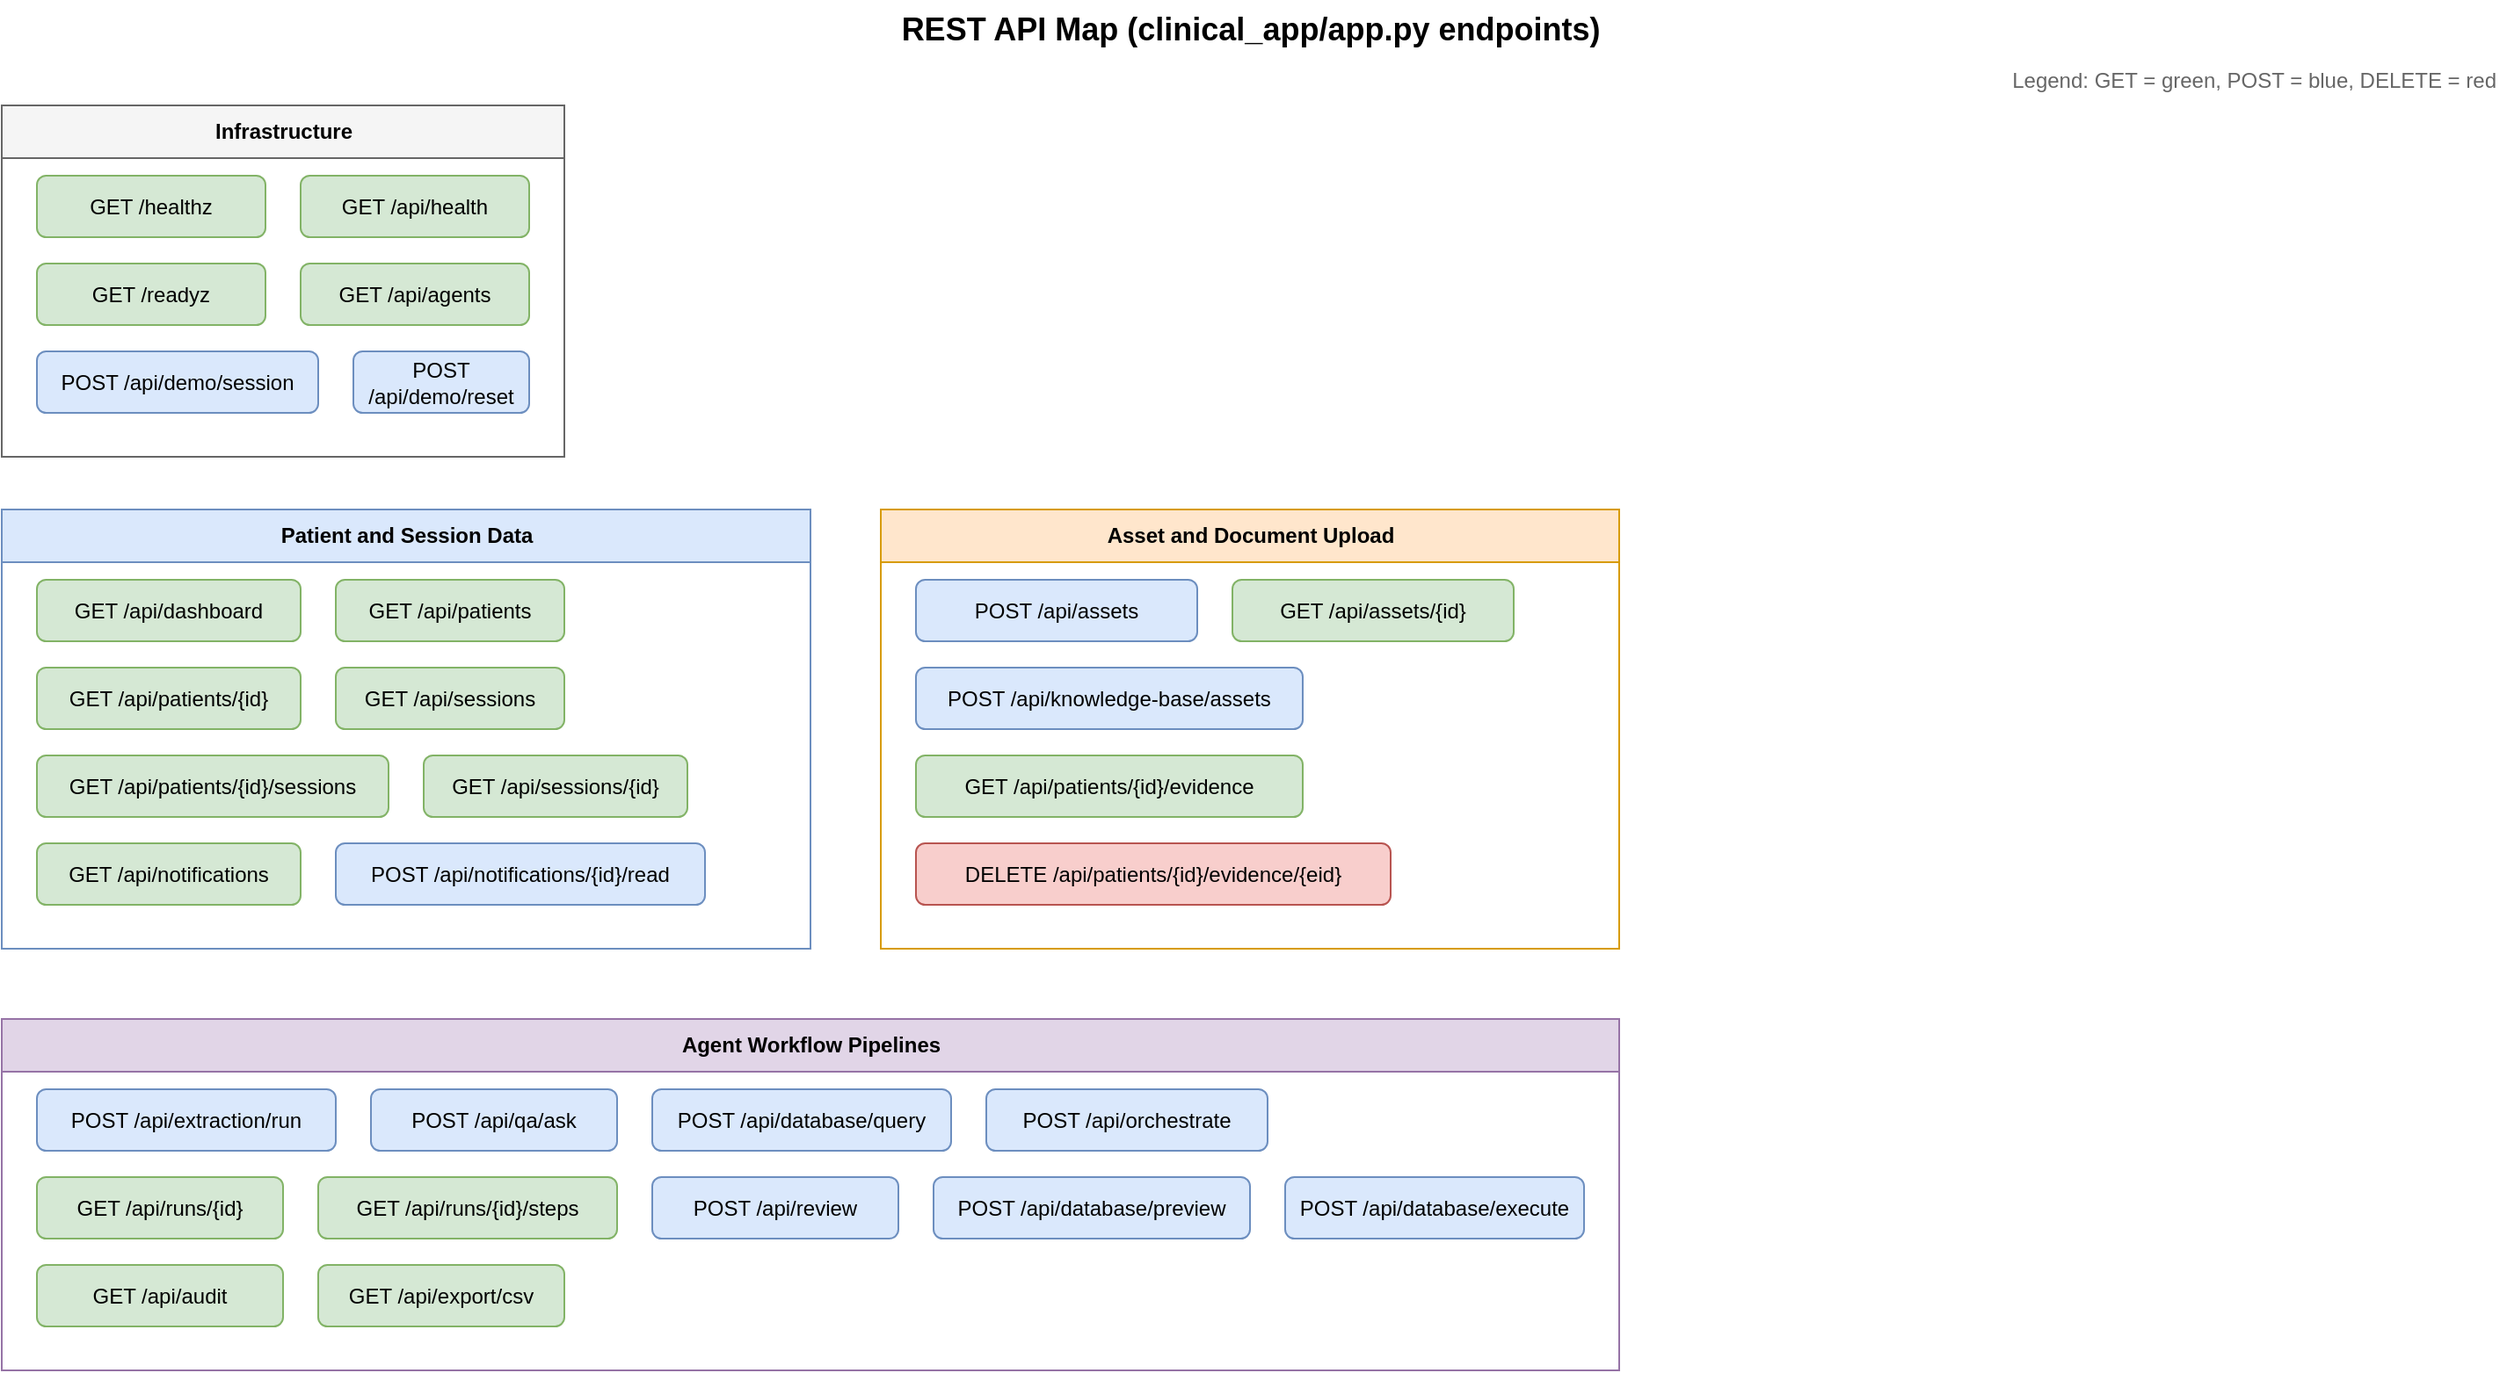
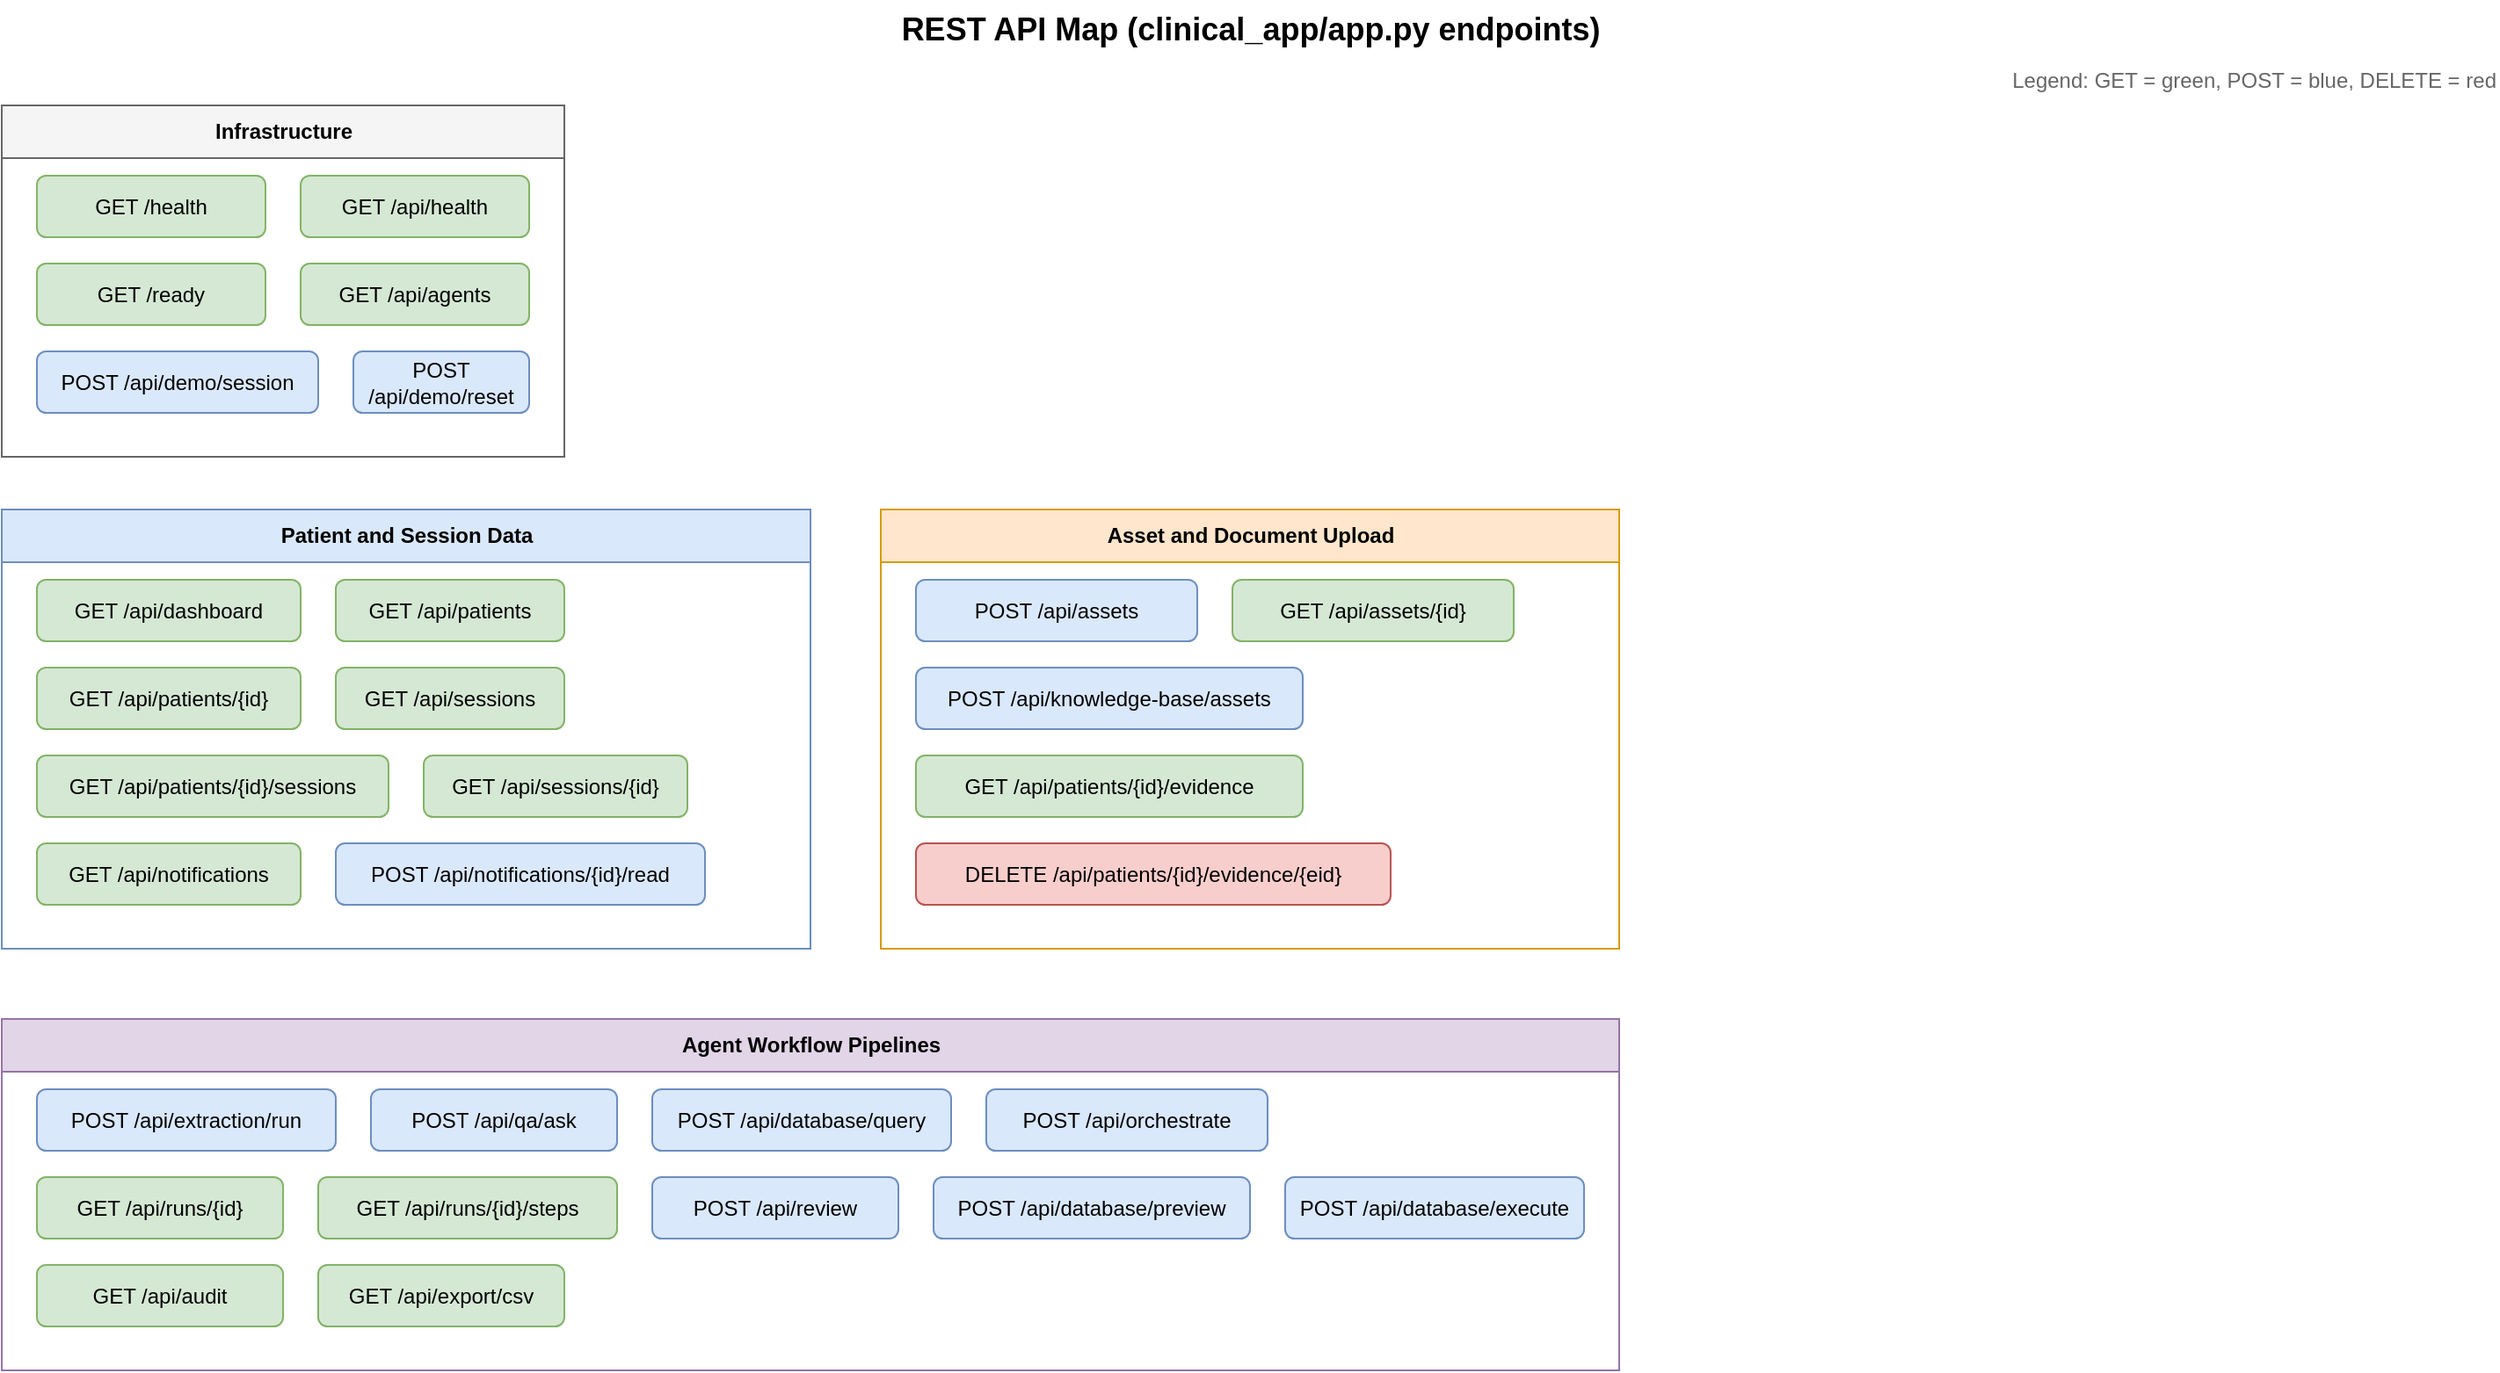
<?xml version="1.0" encoding="UTF-8"?>
<mxfile host="drawio" version="26.0.0">
  <diagram name="REST API Map">
    <mxGraphModel dx="1400" dy="900" grid="1" gridSize="10" page="1" pageWidth="1500" pageHeight="1000">
      <root>
        <mxCell id="0" />
        <mxCell id="1" parent="0" />
        <mxCell id="title" value="REST API Map (clinical_app/app.py endpoints)" style="text;html=1;fontSize=18;fontStyle=1;align=center;" vertex="1" parent="1">
          <mxGeometry x="420" y="10" width="660" height="30" as="geometry" />
        </mxCell>
        <mxCell id="lg" value="Legend: GET = green, POST = blue, DELETE = red" style="text;html=1;fontSize=12;fontColor=#666666;align=right;" vertex="1" parent="1">
          <mxGeometry x="1000" y="42" width="460" height="20" as="geometry" />
        </mxCell>
        <mxCell id="grp1" value="Infrastructure" style="swimlane;startSize=30;fillColor=#f5f5f5;strokeColor=#666666;html=1;fontStyle=1;" vertex="1" parent="1">
          <mxGeometry x="40" y="70" width="320" height="200" as="geometry" />
        </mxCell>
-         <mxCell id="h1" value="GET /healthz" style="rounded=1;whiteSpace=wrap;html=1;fillColor=#d5e8d4;strokeColor=#82b366;" vertex="1" parent="grp1">
+         <mxCell id="h1" value="GET /health" style="rounded=1;whiteSpace=wrap;html=1;fillColor=#d5e8d4;strokeColor=#82b366;" vertex="1" parent="grp1">
          <mxGeometry x="20" y="40" width="130" height="35" as="geometry" />
        </mxCell>
        <mxCell id="h2" value="GET /api/health" style="rounded=1;whiteSpace=wrap;html=1;fillColor=#d5e8d4;strokeColor=#82b366;" vertex="1" parent="grp1">
          <mxGeometry x="170" y="40" width="130" height="35" as="geometry" />
        </mxCell>
-         <mxCell id="h3" value="GET /readyz" style="rounded=1;whiteSpace=wrap;html=1;fillColor=#d5e8d4;strokeColor=#82b366;" vertex="1" parent="grp1">
+         <mxCell id="h3" value="GET /ready" style="rounded=1;whiteSpace=wrap;html=1;fillColor=#d5e8d4;strokeColor=#82b366;" vertex="1" parent="grp1">
          <mxGeometry x="20" y="90" width="130" height="35" as="geometry" />
        </mxCell>
        <mxCell id="h4" value="GET /api/agents" style="rounded=1;whiteSpace=wrap;html=1;fillColor=#d5e8d4;strokeColor=#82b366;" vertex="1" parent="grp1">
          <mxGeometry x="170" y="90" width="130" height="35" as="geometry" />
        </mxCell>
        <mxCell id="h5" value="POST /api/demo/session" style="rounded=1;whiteSpace=wrap;html=1;fillColor=#dae8fc;strokeColor=#6c8ebf;" vertex="1" parent="grp1">
          <mxGeometry x="20" y="140" width="160" height="35" as="geometry" />
        </mxCell>
        <mxCell id="h6" value="POST /api/demo/reset" style="rounded=1;whiteSpace=wrap;html=1;fillColor=#dae8fc;strokeColor=#6c8ebf;" vertex="1" parent="grp1">
          <mxGeometry x="200" y="140" width="100" height="35" as="geometry" />
        </mxCell>
        <mxCell id="grp2" value="Patient and Session Data" style="swimlane;startSize=30;fillColor=#dae8fc;strokeColor=#6c8ebf;html=1;fontStyle=1;" vertex="1" parent="1">
          <mxGeometry x="40" y="300" width="460" height="250" as="geometry" />
        </mxCell>
        <mxCell id="r1" value="GET /api/dashboard" style="rounded=1;whiteSpace=wrap;html=1;fillColor=#d5e8d4;strokeColor=#82b366;" vertex="1" parent="grp2">
          <mxGeometry x="20" y="40" width="150" height="35" as="geometry" />
        </mxCell>
        <mxCell id="r2" value="GET /api/patients" style="rounded=1;whiteSpace=wrap;html=1;fillColor=#d5e8d4;strokeColor=#82b366;" vertex="1" parent="grp2">
          <mxGeometry x="190" y="40" width="130" height="35" as="geometry" />
        </mxCell>
        <mxCell id="r3" value="GET /api/patients/{id}" style="rounded=1;whiteSpace=wrap;html=1;fillColor=#d5e8d4;strokeColor=#82b366;" vertex="1" parent="grp2">
          <mxGeometry x="20" y="90" width="150" height="35" as="geometry" />
        </mxCell>
        <mxCell id="r4" value="GET /api/sessions" style="rounded=1;whiteSpace=wrap;html=1;fillColor=#d5e8d4;strokeColor=#82b366;" vertex="1" parent="grp2">
          <mxGeometry x="190" y="90" width="130" height="35" as="geometry" />
        </mxCell>
        <mxCell id="r5" value="GET /api/patients/{id}/sessions" style="rounded=1;whiteSpace=wrap;html=1;fillColor=#d5e8d4;strokeColor=#82b366;" vertex="1" parent="grp2">
          <mxGeometry x="20" y="140" width="200" height="35" as="geometry" />
        </mxCell>
        <mxCell id="r6" value="GET /api/sessions/{id}" style="rounded=1;whiteSpace=wrap;html=1;fillColor=#d5e8d4;strokeColor=#82b366;" vertex="1" parent="grp2">
          <mxGeometry x="240" y="140" width="150" height="35" as="geometry" />
        </mxCell>
        <mxCell id="r7" value="GET /api/notifications" style="rounded=1;whiteSpace=wrap;html=1;fillColor=#d5e8d4;strokeColor=#82b366;" vertex="1" parent="grp2">
          <mxGeometry x="20" y="190" width="150" height="35" as="geometry" />
        </mxCell>
        <mxCell id="r8" value="POST /api/notifications/{id}/read" style="rounded=1;whiteSpace=wrap;html=1;fillColor=#dae8fc;strokeColor=#6c8ebf;" vertex="1" parent="grp2">
          <mxGeometry x="190" y="190" width="210" height="35" as="geometry" />
        </mxCell>
        <mxCell id="grp3" value="Asset and Document Upload" style="swimlane;startSize=30;fillColor=#ffe6cc;strokeColor=#d79b00;html=1;fontStyle=1;" vertex="1" parent="1">
          <mxGeometry x="540" y="300" width="420" height="250" as="geometry" />
        </mxCell>
        <mxCell id="a_1" value="POST /api/assets" style="rounded=1;whiteSpace=wrap;html=1;fillColor=#dae8fc;strokeColor=#6c8ebf;" vertex="1" parent="grp3">
          <mxGeometry x="20" y="40" width="160" height="35" as="geometry" />
        </mxCell>
        <mxCell id="a_2" value="GET /api/assets/{id}" style="rounded=1;whiteSpace=wrap;html=1;fillColor=#d5e8d4;strokeColor=#82b366;" vertex="1" parent="grp3">
          <mxGeometry x="200" y="40" width="160" height="35" as="geometry" />
        </mxCell>
        <mxCell id="a_3" value="POST /api/knowledge-base/assets" style="rounded=1;whiteSpace=wrap;html=1;fillColor=#dae8fc;strokeColor=#6c8ebf;" vertex="1" parent="grp3">
          <mxGeometry x="20" y="90" width="220" height="35" as="geometry" />
        </mxCell>
        <mxCell id="a_4" value="GET /api/patients/{id}/evidence" style="rounded=1;whiteSpace=wrap;html=1;fillColor=#d5e8d4;strokeColor=#82b366;" vertex="1" parent="grp3">
          <mxGeometry x="20" y="140" width="220" height="35" as="geometry" />
        </mxCell>
        <mxCell id="a_5" value="DELETE /api/patients/{id}/evidence/{eid}" style="rounded=1;whiteSpace=wrap;html=1;fillColor=#f8cecc;strokeColor=#b85450;" vertex="1" parent="grp3">
          <mxGeometry x="20" y="190" width="270" height="35" as="geometry" />
        </mxCell>
        <mxCell id="grp4" value="Agent Workflow Pipelines" style="swimlane;startSize=30;fillColor=#e1d5e7;strokeColor=#9673a6;html=1;fontStyle=1;" vertex="1" parent="1">
          <mxGeometry x="40" y="590" width="920" height="200" as="geometry" />
        </mxCell>
        <mxCell id="w1" value="POST /api/extraction/run" style="rounded=1;whiteSpace=wrap;html=1;fillColor=#dae8fc;strokeColor=#6c8ebf;" vertex="1" parent="grp4">
          <mxGeometry x="20" y="40" width="170" height="35" as="geometry" />
        </mxCell>
        <mxCell id="w2" value="POST /api/qa/ask" style="rounded=1;whiteSpace=wrap;html=1;fillColor=#dae8fc;strokeColor=#6c8ebf;" vertex="1" parent="grp4">
          <mxGeometry x="210" y="40" width="140" height="35" as="geometry" />
        </mxCell>
        <mxCell id="w3" value="POST /api/database/query" style="rounded=1;whiteSpace=wrap;html=1;fillColor=#dae8fc;strokeColor=#6c8ebf;" vertex="1" parent="grp4">
          <mxGeometry x="370" y="40" width="170" height="35" as="geometry" />
        </mxCell>
        <mxCell id="w4" value="POST /api/orchestrate" style="rounded=1;whiteSpace=wrap;html=1;fillColor=#dae8fc;strokeColor=#6c8ebf;" vertex="1" parent="grp4">
          <mxGeometry x="560" y="40" width="160" height="35" as="geometry" />
        </mxCell>
        <mxCell id="w5" value="GET /api/runs/{id}" style="rounded=1;whiteSpace=wrap;html=1;fillColor=#d5e8d4;strokeColor=#82b366;" vertex="1" parent="grp4">
          <mxGeometry x="20" y="90" width="140" height="35" as="geometry" />
        </mxCell>
        <mxCell id="w6" value="GET /api/runs/{id}/steps" style="rounded=1;whiteSpace=wrap;html=1;fillColor=#d5e8d4;strokeColor=#82b366;" vertex="1" parent="grp4">
          <mxGeometry x="180" y="90" width="170" height="35" as="geometry" />
        </mxCell>
        <mxCell id="w7" value="POST /api/review" style="rounded=1;whiteSpace=wrap;html=1;fillColor=#dae8fc;strokeColor=#6c8ebf;" vertex="1" parent="grp4">
          <mxGeometry x="370" y="90" width="140" height="35" as="geometry" />
        </mxCell>
        <mxCell id="w8" value="POST /api/database/preview" style="rounded=1;whiteSpace=wrap;html=1;fillColor=#dae8fc;strokeColor=#6c8ebf;" vertex="1" parent="grp4">
          <mxGeometry x="530" y="90" width="180" height="35" as="geometry" />
        </mxCell>
        <mxCell id="w9" value="POST /api/database/execute" style="rounded=1;whiteSpace=wrap;html=1;fillColor=#dae8fc;strokeColor=#6c8ebf;" vertex="1" parent="grp4">
          <mxGeometry x="730" y="90" width="170" height="35" as="geometry" />
        </mxCell>
        <mxCell id="w10" value="GET /api/audit" style="rounded=1;whiteSpace=wrap;html=1;fillColor=#d5e8d4;strokeColor=#82b366;" vertex="1" parent="grp4">
          <mxGeometry x="20" y="140" width="140" height="35" as="geometry" />
        </mxCell>
        <mxCell id="w11" value="GET /api/export/csv" style="rounded=1;whiteSpace=wrap;html=1;fillColor=#d5e8d4;strokeColor=#82b366;" vertex="1" parent="grp4">
          <mxGeometry x="180" y="140" width="140" height="35" as="geometry" />
        </mxCell>
      </root>
    </mxGraphModel>
  </diagram>
</mxfile>
